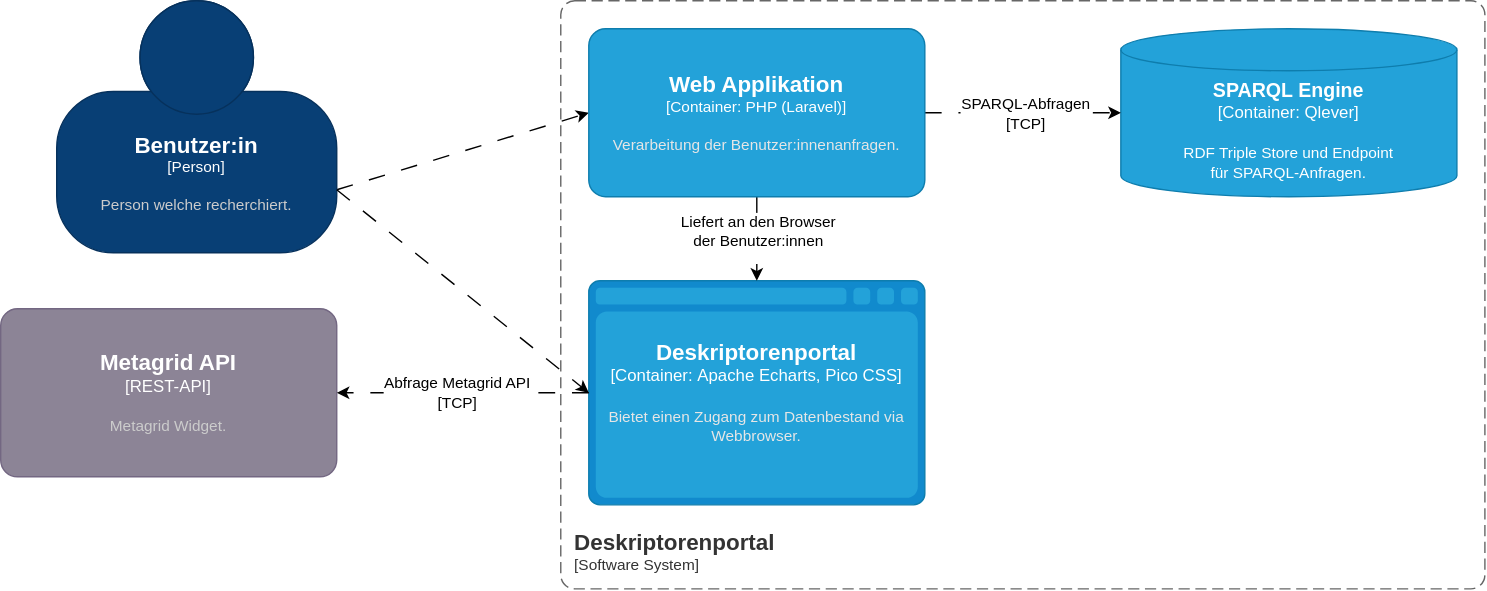
The draw.io diagram docs/presentation/media/C4-webapp.svg in giodi/knex, before a commit. Source tidied: cells renumbered, new cells last; positions are measured from the earlier drawing's top-left corner, leaving out a move shared by most shapes.
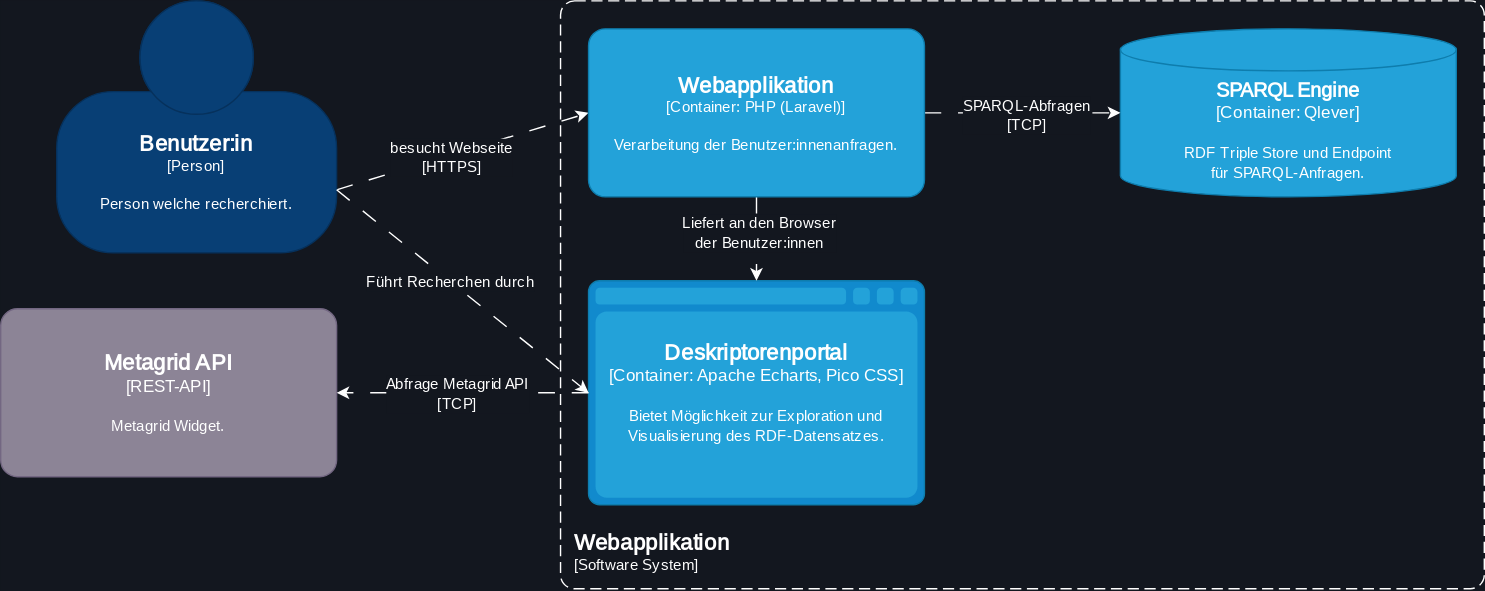
Above is the later version.

Change to the diagram source:
```diff
@@ -1,66 +1,74 @@
-<mxGraphModel>
+<mxGraphModel background="light-dark(#13171f, #121212)">
   <root>
     <mxCell id="0" />
     <mxCell id="1" parent="0" />
-    <mxCell id="2" style="rounded=0;jettySize=auto;html=1;exitX=1;exitY=0.75;exitDx=0;exitDy=0;exitPerimeter=0;dashed=1;dashPattern=12 12;entryX=0;entryY=0.5;entryDx=0;entryDy=0;entryPerimeter=0;" parent="1" edge="1" source="3" target="10">
+    <mxCell id="2" style="rounded=0;jettySize=auto;html=1;exitX=1;exitY=0.75;exitDx=0;exitDy=0;exitPerimeter=0;dashed=1;dashPattern=12 12;entryX=0;entryY=0.5;entryDx=0;entryDy=0;entryPerimeter=0;fontFamily=Archivo;fontSource=https%3A%2F%2Ffonts.googleapis.com%2Fcss%3Ffamily%3DArchivo;strokeColor=#FFFFFF;" parent="1" edge="1" source="4" target="11">
       <mxGeometry relative="1" as="geometry" />
     </mxCell>
-    <object id="3" label="&lt;font style=&quot;font-size: 16px&quot;&gt;&lt;b&gt;%c4Name%&lt;/b&gt;&lt;/font&gt;&lt;div&gt;[%c4Type%]&lt;/div&gt;&lt;br&gt;&lt;div&gt;&lt;font style=&quot;font-size: 11px&quot;&gt;&lt;font color=&quot;#cccccc&quot;&gt;%c4Description%&lt;/font&gt;&lt;/div&gt;" c4Description="Person welche recherchiert." c4Name="Benutzer:in" c4Type="Person" placeholders="1">
-      <mxCell style="html=1;fontSize=11;dashed=0;whiteSpace=wrap;fillColor=#083F75;strokeColor=#06315C;fontColor=#ffffff;shape=mxgraph.c4.person2;align=center;points=[[0.5,0,0],[1,0.5,0],[1,0.75,0],[0.75,1,0],[0.5,1,0],[0.25,1,0],[0,0.75,0],[0,0.5,0]];" parent="1" vertex="1">
-        <mxGeometry x="40" width="200" height="180" as="geometry" />
-      </mxCell>
-    </object>
+    <mxCell id="3" value="besucht Webseite&lt;br&gt;[HTTPS]" style="edgeLabel;html=1;align=center;verticalAlign=middle;points=[];fontFamily=Archivo;fontSource=https%3A%2F%2Ffonts.googleapis.com%2Fcss%3Ffamily%3DArchivo;fontColor=#FFFFFF;labelBackgroundColor=#13171F;" parent="2" vertex="1">
+      <mxGeometry x="-0.11" y="-1" relative="1" as="geometry" />
+    </mxCell>
-    <object id="4" label="&lt;font style=&quot;font-size: 14px&quot;&gt;&lt;b&gt;%c4Name%&lt;/b&gt;&lt;/font&gt;&lt;div&gt;[%c4Type%:&amp;nbsp;%c4Technology%]&lt;/div&gt;&lt;br&gt;&lt;div&gt;&lt;font style=&quot;font-size: 11px&quot;&gt;&lt;font color=&quot;#FFF&quot;&gt;%c4Description%&lt;/font&gt;&lt;/div&gt;" c4Description="RDF Triple Store und Endpoint&lt;br&gt; für SPARQL-Anfragen." c4Name="SPARQL Engine" c4Technology="Qlever" c4Type="Container" placeholders="1">
-      <mxCell style="shape=cylinder3;size=15;whiteSpace=wrap;html=1;boundedLbl=1;rounded=0;labelBackgroundColor=none;fillColor=#23A2D9;fontSize=12;fontColor=#ffffff;align=center;strokeColor=#0E7DAD;points=[[0.5,0,0],[1,0.25,0],[1,0.5,0],[1,0.75,0],[0.5,1,0],[0,0.75,0],[0,0.5,0],[0,0.25,0]];" parent="1" vertex="1">
-        <mxGeometry x="800" y="20" width="240" height="120" as="geometry" />
+    <object id="4" label="&lt;font style=&quot;font-size: 16px&quot;&gt;&lt;b&gt;%c4Name%&lt;/b&gt;&lt;/font&gt;&lt;div&gt;[%c4Type%]&lt;/div&gt;&lt;br&gt;&lt;div&gt;&lt;font style=&quot;font-size: 11px&quot;&gt;&lt;font color=&quot;#fff&quot;&gt;%c4Description%&lt;/font&gt;&lt;/div&gt;" c4Description="Person welche recherchiert." c4Name="Benutzer:in" c4Type="Person" placeholders="1">
+      <mxCell style="html=1;fontSize=11;dashed=0;whiteSpace=wrap;fillColor=#083F75;strokeColor=#06315C;fontColor=#ffffff;shape=mxgraph.c4.person2;align=center;points=[[0.5,0,0],[1,0.5,0],[1,0.75,0],[0.75,1,0],[0.5,1,0],[0.25,1,0],[0,0.75,0],[0,0.5,0]];fontFamily=Archivo;fontSource=https%3A%2F%2Ffonts.googleapis.com%2Fcss%3Ffamily%3DArchivo;" parent="1" vertex="1">
+        <mxGeometry x="40" width="200" height="180" as="geometry" />
       </mxCell>
     </object>
-    <object id="5" label="&lt;font style=&quot;font-size: 16px&quot;&gt;&lt;b&gt;%c4Name%&lt;/b&gt;&lt;/font&gt;&lt;div&gt;[%c4Type%:&amp;nbsp;%c4Technology%]&lt;/div&gt;&lt;br&gt;&lt;div&gt;&lt;font style=&quot;font-size: 11px&quot;&gt;&lt;font color=&quot;#E6E6E6&quot;&gt;%c4Description%&lt;/font&gt;&lt;/div&gt;" c4Description="Bietet einen Zugang zum Datenbestand via Webbrowser." c4Name="Deskriptorenportal" c4Technology="Apache Echarts, Pico CSS" c4Type="Container" placeholders="1">
-      <mxCell style="shape=mxgraph.c4.webBrowserContainer2;whiteSpace=wrap;html=1;boundedLbl=1;rounded=0;labelBackgroundColor=none;strokeColor=#118ACD;fillColor=#23A2D9;strokeColor=#118ACD;strokeColor2=#0E7DAD;fontSize=12;fontColor=#ffffff;align=center;points=[[0.5,0,0],[1,0.25,0],[1,0.5,0],[1,0.75,0],[0.5,1,0],[0,0.75,0],[0,0.5,0],[0,0.25,0]];" parent="1" vertex="1">
-        <mxGeometry x="420" y="200" width="240" height="160" as="geometry" />
+    <object id="5" label="&lt;font style=&quot;font-size: 14px&quot;&gt;&lt;b&gt;%c4Name%&lt;/b&gt;&lt;/font&gt;&lt;div&gt;[%c4Type%:&amp;nbsp;%c4Technology%]&lt;/div&gt;&lt;br&gt;&lt;div&gt;&lt;font style=&quot;font-size: 11px&quot;&gt;&lt;font color=&quot;#FFF&quot;&gt;%c4Description%&lt;/font&gt;&lt;/div&gt;" c4Description="RDF Triple Store und Endpoint&lt;br&gt; für SPARQL-Anfragen." c4Name="SPARQL Engine" c4Technology="Qlever" c4Type="Container" placeholders="1">
+      <mxCell style="shape=cylinder3;size=15;whiteSpace=wrap;html=1;boundedLbl=1;rounded=0;labelBackgroundColor=none;fillColor=#23A2D9;fontSize=12;fontColor=#ffffff;align=center;strokeColor=#0E7DAD;points=[[0.5,0,0],[1,0.25,0],[1,0.5,0],[1,0.75,0],[0.5,1,0],[0,0.75,0],[0,0.5,0],[0,0.25,0]];fontFamily=Archivo;fontSource=https%3A%2F%2Ffonts.googleapis.com%2Fcss%3Ffamily%3DArchivo;" parent="1" vertex="1">
+        <mxGeometry x="800" y="20" width="240" height="120" as="geometry" />
       </mxCell>
     </object>
-    <mxCell id="6" style="rounded=0;jettySize=auto;html=1;exitX=0.5;exitY=1;exitDx=0;exitDy=0;exitPerimeter=0;dashed=1;dashPattern=12 12;" parent="1" edge="1" source="10" target="5">
-      <mxGeometry relative="1" as="geometry" />
-    </mxCell>
+    <object id="6" label="&lt;font style=&quot;font-size: 16px&quot;&gt;&lt;b&gt;%c4Name%&lt;/b&gt;&lt;/font&gt;&lt;div&gt;[%c4Type%:&amp;nbsp;%c4Technology%]&lt;/div&gt;&lt;br&gt;&lt;div&gt;&lt;font style=&quot;font-size: 11px&quot;&gt;&lt;font color=&quot;#fff&quot;&gt;%c4Description%&lt;/font&gt;&lt;/div&gt;" c4Description="Bietet Möglichkeit zur Exploration und Visualisierung des RDF-Datensatzes." c4Name="Deskriptorenportal" c4Technology="Apache Echarts, Pico CSS" c4Type="Container" placeholders="1">
+      <mxCell style="shape=mxgraph.c4.webBrowserContainer2;whiteSpace=wrap;html=1;boundedLbl=1;rounded=0;labelBackgroundColor=none;strokeColor=#118ACD;fillColor=#23A2D9;strokeColor=#118ACD;strokeColor2=#0E7DAD;fontSize=12;fontColor=#ffffff;align=center;points=[[0.5,0,0],[1,0.25,0],[1,0.5,0],[1,0.75,0],[0.5,1,0],[0,0.75,0],[0,0.5,0],[0,0.25,0]];fontFamily=Archivo;fontSource=https%3A%2F%2Ffonts.googleapis.com%2Fcss%3Ffamily%3DArchivo;" parent="1" vertex="1">
+        <mxGeometry x="420" y="200" width="240" height="160" as="geometry" />
+      </mxCell>
+    </object>
-    <mxCell id="7" value="Liefert an den Browser &lt;br&gt;der Benutzer:innen" style="edgeLabel;html=1;align=center;verticalAlign=middle;" parent="6" vertex="1">
-      <mxGeometry x="-0.01" y="-2" relative="1" as="geometry">
-        <mxPoint x="3" y="-5" as="offset" />
-      </mxGeometry>
+    <mxCell id="7" style="rounded=0;jettySize=auto;html=1;exitX=0.5;exitY=1;exitDx=0;exitDy=0;exitPerimeter=0;dashed=1;dashPattern=12 12;fontFamily=Archivo;fontSource=https%3A%2F%2Ffonts.googleapis.com%2Fcss%3Ffamily%3DArchivo;strokeColor=#FFFFFF;" parent="1" edge="1" source="11" target="6">
+      <mxGeometry relative="1" as="geometry" />
     </mxCell>
-    <mxCell id="8" style="rounded=0;jettySize=auto;html=1;exitX=1;exitY=0.5;exitDx=0;exitDy=0;exitPerimeter=0;dashed=1;dashPattern=12 12;" parent="1" edge="1" source="10" target="4">
-      <mxGeometry relative="1" as="geometry" />
+    <mxCell id="8" value="Liefert an den Browser &lt;br&gt;der Benutzer:innen" style="edgeLabel;html=1;align=center;verticalAlign=middle;fontFamily=Archivo;fontSource=https%3A%2F%2Ffonts.googleapis.com%2Fcss%3Ffamily%3DArchivo;fontColor=#FFFFFF;labelBackgroundColor=light-dark(#13171f, #ededed);" parent="7" vertex="1">
+      <mxGeometry x="-0.01" y="-2" relative="1" as="geometry">
+        <mxPoint x="3" y="-5" as="offset" />
+      </mxGeometry>
     </mxCell>
-    <mxCell id="9" value="SPARQL-Abfragen &lt;br&gt;&lt;div&gt;[TCP]&lt;/div&gt;" style="edgeLabel;html=1;align=center;verticalAlign=middle;" parent="8" vertex="1">
-      <mxGeometry x="-0.27" y="-2" relative="1" as="geometry">
-        <mxPoint x="21" y="-1" as="offset" />
-      </mxGeometry>
+    <mxCell id="9" style="rounded=0;jettySize=auto;html=1;exitX=1;exitY=0.5;exitDx=0;exitDy=0;exitPerimeter=0;dashed=1;dashPattern=12 12;fontFamily=Archivo;fontSource=https%3A%2F%2Ffonts.googleapis.com%2Fcss%3Ffamily%3DArchivo;strokeColor=#FFFFFF;" parent="1" edge="1" source="11" target="5">
+      <mxGeometry relative="1" as="geometry" />
     </mxCell>
-    <object id="10" label="&lt;font style=&quot;font-size: 16px&quot;&gt;&lt;b&gt;%c4Name%&lt;/b&gt;&lt;/font&gt;&lt;div&gt;[%c4Type%: %c4Technology%]&lt;/div&gt;&lt;br&gt;&lt;div&gt;&lt;font style=&quot;font-size: 11px&quot;&gt;&lt;font color=&quot;#E6E6E6&quot;&gt;%c4Description%&lt;/font&gt;&lt;/div&gt;" c4Description="Verarbeitung der Benutzer:innenanfragen." c4Name="Web Applikation" c4Technology="PHP (Laravel)" c4Type="Container" placeholders="1">
-      <mxCell style="rounded=1;whiteSpace=wrap;html=1;fontSize=11;labelBackgroundColor=none;fillColor=#23A2D9;fontColor=#ffffff;align=center;arcSize=10;strokeColor=#0E7DAD;points=[[0.25,0,0],[0.5,0,0],[0.75,0,0],[1,0.25,0],[1,0.5,0],[1,0.75,0],[0.75,1,0],[0.5,1,0],[0.25,1,0],[0,0.75,0],[0,0.5,0],[0,0.25,0]];" parent="1" vertex="1">
-        <mxGeometry x="420" y="20" width="240" height="120" as="geometry" />
-      </mxCell>
-    </object>
+    <mxCell id="10" value="SPARQL-Abfragen &lt;br&gt;&lt;div&gt;[TCP]&lt;/div&gt;" style="edgeLabel;html=1;align=center;verticalAlign=middle;points=[];fontFamily=Archivo;fontSource=https%3A%2F%2Ffonts.googleapis.com%2Fcss%3Ffamily%3DArchivo;fontColor=#FFFFFF;labelBackgroundColor=light-dark(#13171f, #ededed);" parent="9" vertex="1">
+      <mxGeometry x="-0.27" y="-2" relative="1" as="geometry">
+        <mxPoint x="21" y="-1" as="offset" />
+      </mxGeometry>
+    </mxCell>
-    <object id="11" label="&lt;font style=&quot;font-size: 16px&quot;&gt;&lt;b&gt;&lt;div style=&quot;text-align: left&quot;&gt;%c4Name%&lt;/div&gt;&lt;/b&gt;&lt;/font&gt;&lt;div style=&quot;text-align: left&quot;&gt;[%c4Application%]&lt;/div&gt;" c4Application="Software System" c4Name="Deskriptorenportal" c4Type="SystemScopeBoundary" placeholders="1">
-      <mxCell style="rounded=1;fontSize=11;whiteSpace=wrap;html=1;dashed=1;arcSize=20;fillColor=none;strokeColor=#666666;fontColor=#333333;labelBackgroundColor=none;align=left;verticalAlign=bottom;labelBorderColor=none;spacingTop=0;spacing=10;dashPattern=8 4;perimeter=rectanglePerimeter;noLabel=0;labelPadding=0;absoluteArcSize=1;points=[[0.25,0,0],[0.5,0,0],[0.75,0,0],[1,0.25,0],[1,0.5,0],[1,0.75,0],[0.75,1,0],[0.5,1,0],[0.25,1,0],[0,0.75,0],[0,0.5,0],[0,0.25,0]];" parent="1" vertex="1">
-        <mxGeometry x="400" width="660" height="420" as="geometry" />
+    <object id="11" label="&lt;font style=&quot;font-size: 16px&quot;&gt;&lt;b&gt;%c4Name%&lt;/b&gt;&lt;/font&gt;&lt;div&gt;[%c4Type%: %c4Technology%]&lt;/div&gt;&lt;br&gt;&lt;div&gt;&lt;font style=&quot;font-size: 11px&quot;&gt;&lt;font color=&quot;#fff&quot;&gt;%c4Description%&lt;/font&gt;&lt;/div&gt;" c4Description="Verarbeitung der Benutzer:innenanfragen." c4Name="Webapplikation" c4Technology="PHP (Laravel)" c4Type="Container" placeholders="1">
+      <mxCell style="rounded=1;whiteSpace=wrap;html=1;fontSize=11;labelBackgroundColor=none;fillColor=#23A2D9;fontColor=#ffffff;align=center;arcSize=10;strokeColor=#0E7DAD;points=[[0.25,0,0],[0.5,0,0],[0.75,0,0],[1,0.25,0],[1,0.5,0],[1,0.75,0],[0.75,1,0],[0.5,1,0],[0.25,1,0],[0,0.75,0],[0,0.5,0],[0,0.25,0]];fontFamily=Archivo;fontSource=https%3A%2F%2Ffonts.googleapis.com%2Fcss%3Ffamily%3DArchivo;" parent="1" vertex="1">
+        <mxGeometry x="420" y="20" width="240" height="120" as="geometry" />
       </mxCell>
     </object>
-    <mxCell id="12" style="rounded=0;jettySize=auto;html=1;entryX=0;entryY=0.5;entryDx=0;entryDy=0;entryPerimeter=0;dashed=1;dashPattern=12 12;exitX=1;exitY=0.75;exitDx=0;exitDy=0;exitPerimeter=0;" parent="1" edge="1" source="3" target="5">
-      <mxGeometry relative="1" as="geometry" />
-    </mxCell>
+    <object id="12" label="&lt;font color=&quot;#fff&quot; style=&quot;font-size: 16px&quot;&gt;&lt;b&gt;&lt;div style=&quot;text-align: left&quot;&gt;%c4Name%&lt;/div&gt;&lt;/b&gt;&lt;/font&gt;&lt;div style=&quot;text-align: left&quot;&gt;&lt;font color=&quot;#fff&quot;&gt;[%c4Application%]&lt;/font&gt;&lt;/div&gt;" c4Application="Software System" c4Name="Webapplikation" c4Type="SystemScopeBoundary" placeholders="1">
+      <mxCell style="rounded=1;fontSize=11;whiteSpace=wrap;html=1;dashed=1;arcSize=20;fillColor=none;strokeColor=#FFFFFF;fontColor=#333333;labelBackgroundColor=none;align=left;verticalAlign=bottom;labelBorderColor=none;spacingTop=0;spacing=10;dashPattern=8 4;perimeter=rectanglePerimeter;noLabel=0;labelPadding=0;absoluteArcSize=1;fontFamily=Archivo;fontSource=https%3A%2F%2Ffonts.googleapis.com%2Fcss%3Ffamily%3DArchivo;" parent="1" vertex="1">
+        <mxGeometry x="400" width="660" height="420" as="geometry" />
+      </mxCell>
+    </object>
-    <object id="13" label="&lt;font style=&quot;font-size: 16px&quot;&gt;&lt;b&gt;%c4Name%&lt;/b&gt;&lt;/font&gt;&lt;div&gt;[%c4Type%]&lt;/div&gt;&lt;br&gt;&lt;div&gt;&lt;font style=&quot;font-size: 11px&quot;&gt;&lt;font color=&quot;#cccccc&quot;&gt;%c4Description%&lt;/font&gt;&lt;/div&gt;" c4Description="Metagrid Widget." c4Name="Metagrid API" c4Type="REST-API" placeholders="1">
-      <mxCell style="rounded=1;whiteSpace=wrap;html=1;labelBackgroundColor=none;fillColor=#8C8496;fontColor=#ffffff;align=center;arcSize=10;strokeColor=#736782;points=[[0.25,0,0],[0.5,0,0],[0.75,0,0],[1,0.25,0],[1,0.5,0],[1,0.75,0],[0.75,1,0],[0.5,1,0],[0.25,1,0],[0,0.75,0],[0,0.5,0],[0,0.25,0]];" parent="1" vertex="1">
-        <mxGeometry y="220" width="240" height="120" as="geometry" />
-      </mxCell>
-    </object>
+    <mxCell id="13" style="rounded=0;jettySize=auto;html=1;entryX=0;entryY=0.5;entryDx=0;entryDy=0;entryPerimeter=0;dashed=1;dashPattern=12 12;exitX=1;exitY=0.75;exitDx=0;exitDy=0;exitPerimeter=0;fontFamily=Archivo;fontSource=https%3A%2F%2Ffonts.googleapis.com%2Fcss%3Ffamily%3DArchivo;strokeColor=#FFFFFF;" parent="1" edge="1" source="4" target="6">
+      <mxGeometry relative="1" as="geometry" />
+    </mxCell>
-    <mxCell id="14" style="rounded=0;jettySize=auto;html=1;exitX=0;exitY=0.5;exitDx=0;exitDy=0;exitPerimeter=0;entryX=1;entryY=0.5;entryDx=0;entryDy=0;entryPerimeter=0;dashed=1;dashPattern=12 12;" parent="1" edge="1" source="5" target="13">
-      <mxGeometry relative="1" as="geometry" />
+    <mxCell id="14" value="Führt Recherchen durch" style="edgeLabel;html=1;align=center;verticalAlign=middle;fontFamily=Archivo;fontSource=https%3A%2F%2Ffonts.googleapis.com%2Fcss%3Ffamily%3DArchivo;labelBackgroundColor=#13171F;fontColor=#FFFFFF;" parent="13" vertex="1">
+      <mxGeometry x="-0.13" y="-3" relative="1" as="geometry">
+        <mxPoint x="3" y="-1" as="offset" />
+      </mxGeometry>
     </mxCell>
-    <mxCell id="15" value="&lt;div&gt;Abfrage Metagrid API&lt;/div&gt;&lt;div&gt;[TCP]&lt;br&gt;&lt;/div&gt;" style="edgeLabel;html=1;align=center;verticalAlign=middle;points=[];" parent="14" vertex="1">
-      <mxGeometry x="-0.04" relative="1" as="geometry">
-        <mxPoint x="-8" as="offset" />
-      </mxGeometry>
-    </mxCell>
+    <object id="15" label="&lt;font style=&quot;font-size: 16px&quot;&gt;&lt;b&gt;%c4Name%&lt;/b&gt;&lt;/font&gt;&lt;div&gt;[%c4Type%]&lt;/div&gt;&lt;br&gt;&lt;div&gt;&lt;font style=&quot;font-size: 11px&quot;&gt;&lt;font color=&quot;#fff&quot;&gt;%c4Description%&lt;/font&gt;&lt;/div&gt;" c4Description="Metagrid Widget." c4Name="Metagrid API" c4Type="REST-API" placeholders="1">
+      <mxCell style="rounded=1;whiteSpace=wrap;html=1;labelBackgroundColor=none;fillColor=#8C8496;fontColor=#ffffff;align=center;arcSize=10;strokeColor=#736782;points=[[0.25,0,0],[0.5,0,0],[0.75,0,0],[1,0.25,0],[1,0.5,0],[1,0.75,0],[0.75,1,0],[0.5,1,0],[0.25,1,0],[0,0.75,0],[0,0.5,0],[0,0.25,0]];fontFamily=Archivo;fontSource=https%3A%2F%2Ffonts.googleapis.com%2Fcss%3Ffamily%3DArchivo;" parent="1" vertex="1">
+        <mxGeometry y="220" width="240" height="120" as="geometry" />
+      </mxCell>
+    </object>
+    <mxCell id="16" style="rounded=0;jettySize=auto;html=1;exitX=0;exitY=0.5;exitDx=0;exitDy=0;exitPerimeter=0;entryX=1;entryY=0.5;entryDx=0;entryDy=0;entryPerimeter=0;dashed=1;dashPattern=12 12;fontFamily=Archivo;fontSource=https%3A%2F%2Ffonts.googleapis.com%2Fcss%3Ffamily%3DArchivo;strokeColor=#FCFCFC;" parent="1" edge="1" source="6" target="15">
+      <mxGeometry relative="1" as="geometry" />
+    </mxCell>
+    <mxCell id="17" value="&lt;div&gt;Abfrage Metagrid API&lt;/div&gt;&lt;div&gt;[TCP]&lt;br&gt;&lt;/div&gt;" style="edgeLabel;html=1;align=center;verticalAlign=middle;fontFamily=Archivo;fontSource=https%3A%2F%2Ffonts.googleapis.com%2Fcss%3Ffamily%3DArchivo;fontColor=light-dark(#ffffff, #ededed);labelBackgroundColor=#13171F;" parent="16" vertex="1">
+      <mxGeometry x="-0.04" relative="1" as="geometry">
+        <mxPoint x="-8" as="offset" />
+      </mxGeometry>
+    </mxCell>
   </root>
 </mxGraphModel>
```
